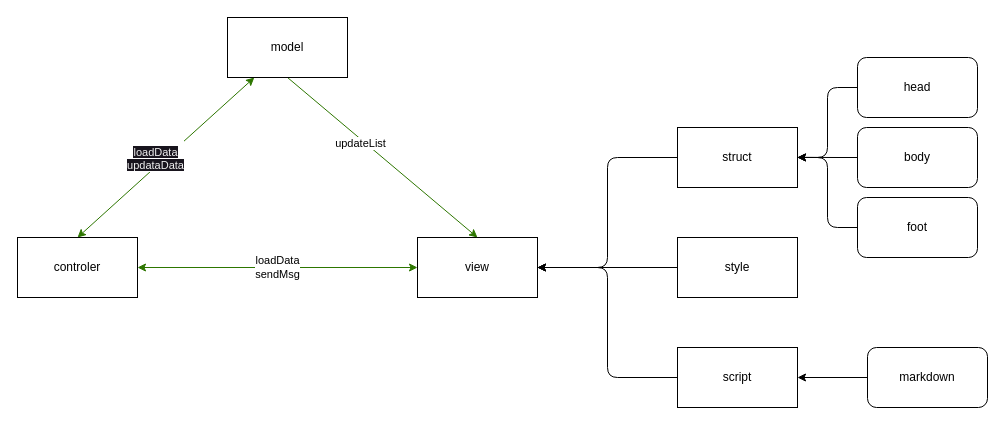
Earlier version of the draw.io diagram docs/view/overview.drawio (tower-town/Koala-Hacker-News). Source tidied: cells renumbered, new cells numbered last; positions are measured from the earlier drawing's top-left corner, leaving out a move shared by most shapes. Both pictures are drawn from the tidied source at 100%, with x=0, y=0 at pixel (17, 17).
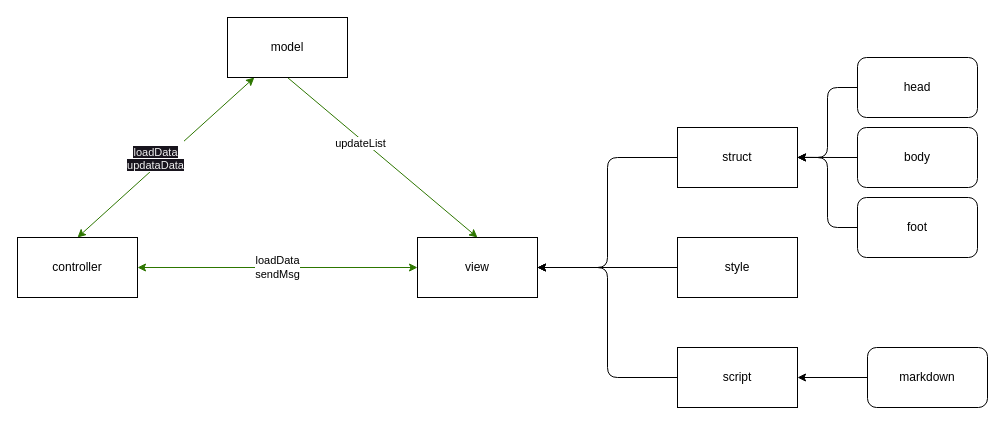
The same page after the edit.

What changed in the source:
```diff
@@
-    <mxCell id="16" value="controler" style="rounded=0;whiteSpace=wrap;html=1;" parent="1" vertex="1">
+    <mxCell id="16" value="controller" style="rounded=0;whiteSpace=wrap;html=1;" parent="1" vertex="1">
       <mxGeometry y="220" width="120" height="60" as="geometry" />
     </mxCell>
```
